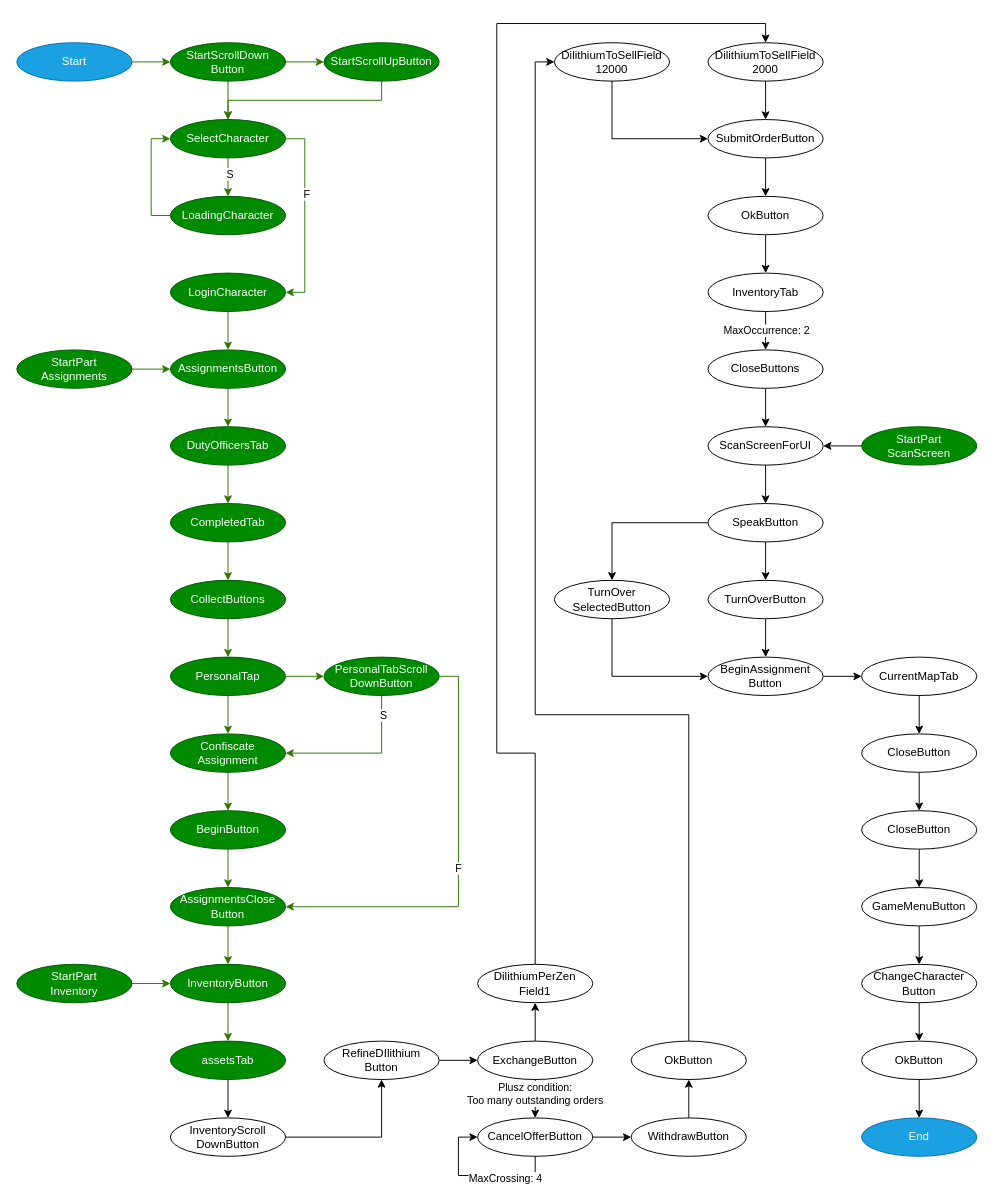
Before: AutoFarmer.drawio in Tomaszon/AutoFarmer, a draw.io diagram. Source tidied: cells renumbered, new cells numbered last; positions are measured from the earlier drawing's top-left corner, leaving out a move shared by most shapes. Both pictures are drawn from the tidied source at 96%, with x=0, y=0 at pixel (16, 23).
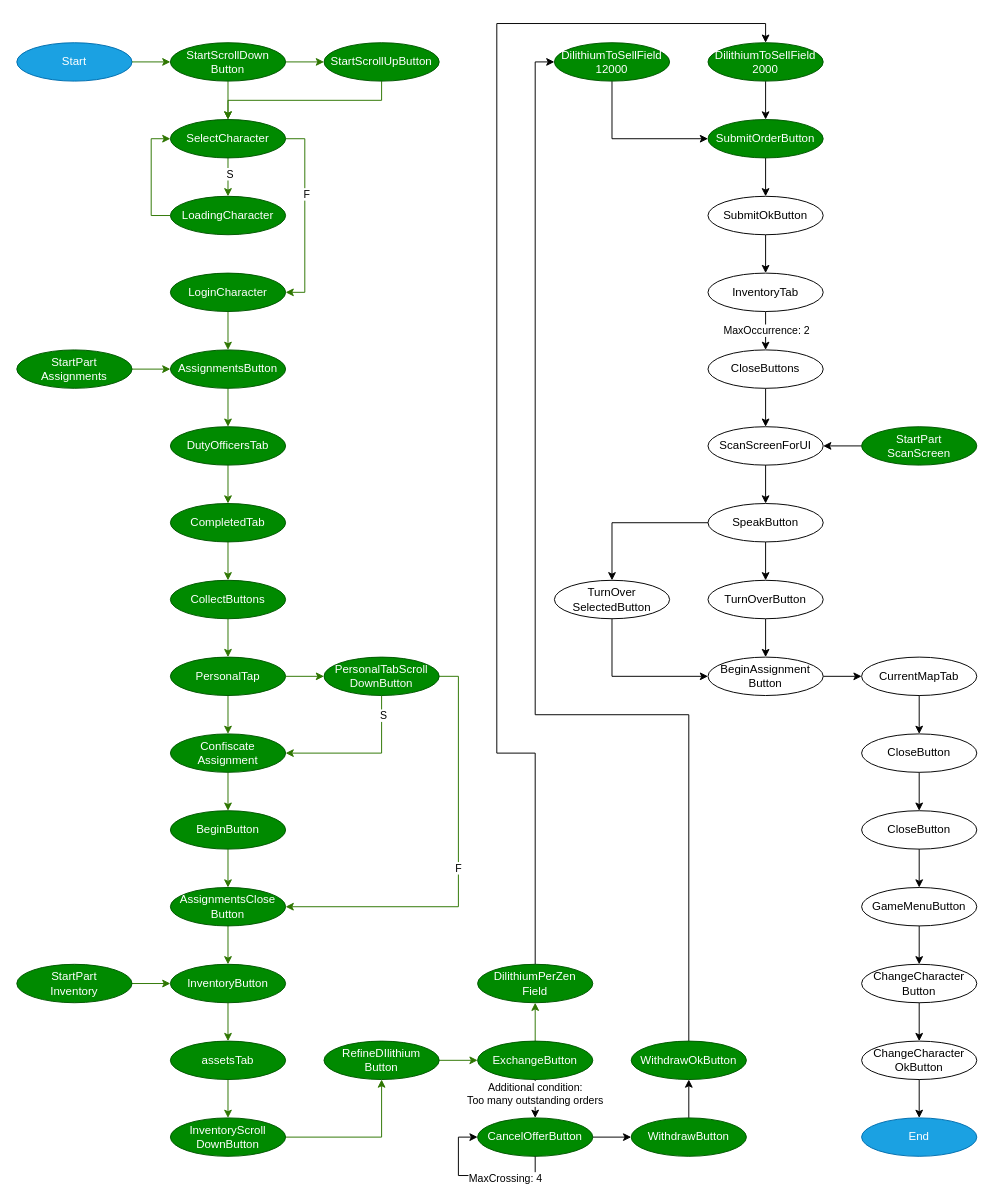
After the change.

The change refers to these unchanged cells:
```xml
<mxCell id="26" value="assetsTab" style="ellipse;whiteSpace=wrap;html=1;fillColor=#008a00;strokeColor=#005700;fontColor=#ffffff;" parent="1" vertex="1">
  <mxGeometry x="160" y="1060" width="120" height="40" as="geometry" />
</mxCell>
<mxCell id="32" style="edgeStyle=orthogonalEdgeStyle;rounded=0;jettySize=auto;html=1;" parent="1" edge="1" source="34" target="36">
  <mxGeometry relative="1" as="geometry" />
</mxCell>
```

What changed in the source:
```diff
@@
-    <mxCell id="25" style="edgeStyle=orthogonalEdgeStyle;rounded=0;jettySize=auto;html=1;exitX=0.5;exitY=1;exitDx=0;exitDy=0;entryX=0.5;entryY=0;entryDx=0;entryDy=0;" parent="1" edge="1" source="26" target="28">
+    <mxCell id="25" style="edgeStyle=orthogonalEdgeStyle;rounded=0;jettySize=auto;html=1;exitX=0.5;exitY=1;exitDx=0;exitDy=0;entryX=0.5;entryY=0;entryDx=0;entryDy=0;fillColor=#60a917;strokeColor=#2D7600;" parent="1" edge="1" source="26" target="28">
       <mxGeometry relative="1" as="geometry" />
     </mxCell>
@@
-    <mxCell id="27" style="edgeStyle=orthogonalEdgeStyle;rounded=0;jettySize=auto;html=1;exitX=1;exitY=0.5;exitDx=0;exitDy=0;entryX=0.5;entryY=1;entryDx=0;entryDy=0;" parent="1" edge="1" source="28" target="30">
+    <mxCell id="27" style="edgeStyle=orthogonalEdgeStyle;rounded=0;jettySize=auto;html=1;exitX=1;exitY=0.5;exitDx=0;exitDy=0;entryX=0.5;entryY=1;entryDx=0;entryDy=0;fillColor=#60a917;strokeColor=#2D7600;" parent="1" edge="1" source="28" target="30">
       <mxGeometry relative="1" as="geometry">
         <Array as="points">
           <mxPoint x="380" y="1160" />
         </Array>
       </mxGeometry>
     </mxCell>
-    <mxCell id="28" value="InventoryScroll&lt;br&gt;DownButton" style="ellipse;whiteSpace=wrap;html=1;" parent="1" vertex="1">
+    <mxCell id="28" value="InventoryScroll&lt;br&gt;DownButton" style="ellipse;whiteSpace=wrap;html=1;fillColor=#008a00;strokeColor=#005700;fontColor=#ffffff;" parent="1" vertex="1">
       <mxGeometry x="160" y="1140" width="120" height="40" as="geometry" />
     </mxCell>
-    <mxCell id="29" style="edgeStyle=orthogonalEdgeStyle;rounded=0;jettySize=auto;html=1;exitX=1;exitY=0.5;exitDx=0;exitDy=0;" parent="1" edge="1" source="30" target="34">
+    <mxCell id="29" style="edgeStyle=orthogonalEdgeStyle;rounded=0;jettySize=auto;html=1;exitX=1;exitY=0.5;exitDx=0;exitDy=0;fillColor=#60a917;strokeColor=#2D7600;" parent="1" edge="1" source="30" target="34">
       <mxGeometry relative="1" as="geometry" />
     </mxCell>
-    <mxCell id="30" value="RefineDIlithium&lt;br&gt;Button" style="ellipse;whiteSpace=wrap;html=1;" parent="1" vertex="1">
+    <mxCell id="30" value="RefineDIlithium&lt;br&gt;Button" style="ellipse;whiteSpace=wrap;html=1;fillColor=#008a00;strokeColor=#005700;fontColor=#ffffff;" parent="1" vertex="1">
       <mxGeometry x="320" y="1060" width="120" height="40" as="geometry" />
     </mxCell>
-    <mxCell id="31" style="edgeStyle=orthogonalEdgeStyle;rounded=0;jettySize=auto;html=1;" parent="1" edge="1" source="34" target="42">
+    <mxCell id="31" style="edgeStyle=orthogonalEdgeStyle;rounded=0;jettySize=auto;html=1;fillColor=#60a917;strokeColor=#2D7600;" parent="1" edge="1" source="34" target="42">
       <mxGeometry relative="1" as="geometry" />
     </mxCell>
@@
-    <mxCell id="33" value="Plusz condition:&lt;br&gt;Too many outstanding&amp;nbsp;orders" style="edgeLabel;html=1;align=center;verticalAlign=middle;" parent="32" vertex="1">
+    <mxCell id="33" value="Additional condition:&lt;br&gt;Too many outstanding&amp;nbsp;orders" style="edgeLabel;html=1;align=center;verticalAlign=middle;" parent="32" vertex="1">
       <mxGeometry x="-0.28" y="-1" relative="1" as="geometry" />
     </mxCell>
-    <mxCell id="34" value="ExchangeButton" style="ellipse;whiteSpace=wrap;html=1;" parent="1" vertex="1">
+    <mxCell id="34" value="ExchangeButton" style="ellipse;whiteSpace=wrap;html=1;fillColor=#008a00;strokeColor=#005700;fontColor=#ffffff;" parent="1" vertex="1">
       <mxGeometry x="480" y="1060" width="120" height="40" as="geometry" />
     </mxCell>
@@
-    <mxCell id="36" value="CancelOfferButton" style="ellipse;whiteSpace=wrap;html=1;" parent="1" vertex="1">
+    <mxCell id="36" value="CancelOfferButton" style="ellipse;whiteSpace=wrap;html=1;fillColor=#008a00;strokeColor=#005700;fontColor=#ffffff;" parent="1" vertex="1">
       <mxGeometry x="480" y="1140" width="120" height="40" as="geometry" />
     </mxCell>
@@
-    <mxCell id="38" value="WithdrawButton" style="ellipse;whiteSpace=wrap;html=1;" parent="1" vertex="1">
+    <mxCell id="38" value="WithdrawButton" style="ellipse;whiteSpace=wrap;html=1;fillColor=#008a00;strokeColor=#005700;fontColor=#ffffff;" parent="1" vertex="1">
       <mxGeometry x="640" y="1140" width="120" height="40" as="geometry" />
     </mxCell>
@@
-    <mxCell id="40" value="OkButton" style="ellipse;whiteSpace=wrap;html=1;" parent="1" vertex="1">
+    <mxCell id="40" value="WithdrawOkButton" style="ellipse;whiteSpace=wrap;html=1;fillColor=#008a00;strokeColor=#005700;fontColor=#ffffff;" parent="1" vertex="1">
       <mxGeometry x="640" y="1060" width="120" height="40" as="geometry" />
     </mxCell>
@@
-    <mxCell id="42" value="DilithiumPerZen&lt;br&gt;Field1" style="ellipse;whiteSpace=wrap;html=1;" parent="1" vertex="1">
+    <mxCell id="42" value="DilithiumPerZen&lt;br&gt;Field" style="ellipse;whiteSpace=wrap;html=1;fillColor=#008a00;strokeColor=#005700;fontColor=#ffffff;" parent="1" vertex="1">
       <mxGeometry x="480" y="980" width="120" height="40" as="geometry" />
     </mxCell>
@@
-    <mxCell id="44" value="DilithiumToSellField&lt;br&gt;2000" style="ellipse;whiteSpace=wrap;html=1;" parent="1" vertex="1">
+    <mxCell id="44" value="DilithiumToSellField&lt;br&gt;2000" style="ellipse;whiteSpace=wrap;html=1;fillColor=#008a00;strokeColor=#005700;fontColor=#ffffff;" parent="1" vertex="1">
       <mxGeometry x="720" y="20" width="120" height="40" as="geometry" />
     </mxCell>
@@
-    <mxCell id="46" value="SubmitOrderButton" style="ellipse;whiteSpace=wrap;html=1;" parent="1" vertex="1">
+    <mxCell id="46" value="SubmitOrderButton" style="ellipse;whiteSpace=wrap;html=1;fillColor=#008a00;strokeColor=#005700;fontColor=#ffffff;" parent="1" vertex="1">
       <mxGeometry x="720" y="100" width="120" height="40" as="geometry" />
     </mxCell>
@@
-    <mxCell id="50" value="OkButton" style="ellipse;whiteSpace=wrap;html=1;" parent="1" vertex="1">
+    <mxCell id="50" value="SubmitOkButton" style="ellipse;whiteSpace=wrap;html=1;" parent="1" vertex="1">
       <mxGeometry x="720" y="180" width="120" height="40" as="geometry" />
     </mxCell>
@@
-    <mxCell id="74" value="OkButton" style="ellipse;whiteSpace=wrap;html=1;" parent="1" vertex="1">
+    <mxCell id="74" value="ChangeCharacter&lt;br&gt;OkButton" style="ellipse;whiteSpace=wrap;html=1;" parent="1" vertex="1">
       <mxGeometry x="880" y="1060" width="120" height="40" as="geometry" />
     </mxCell>
@@
-    <mxCell id="97" value="DilithiumToSellField&lt;br&gt;12000" style="ellipse;whiteSpace=wrap;html=1;" parent="1" vertex="1">
+    <mxCell id="97" value="DilithiumToSellField&lt;br&gt;12000" style="ellipse;whiteSpace=wrap;html=1;fillColor=#008a00;strokeColor=#005700;fontColor=#ffffff;" parent="1" vertex="1">
       <mxGeometry x="560" y="20" width="120" height="40" as="geometry" />
     </mxCell>
```
